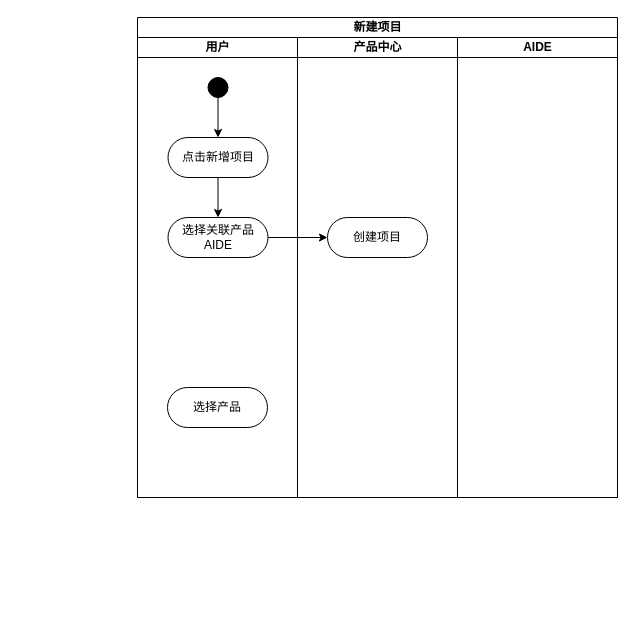
The draw.io diagram page "新建项目活动图" (3 of 3) of others/产品中心.drawio in Qunz/drawio, before the edit. Source tidied: cells renumbered, new cells numbered last; positions are measured from the earlier drawing's top-left corner, leaving out a move shared by most shapes. Both pictures are drawn from the tidied source at 100%, with x=0, y=0 at pixel (137, 17).
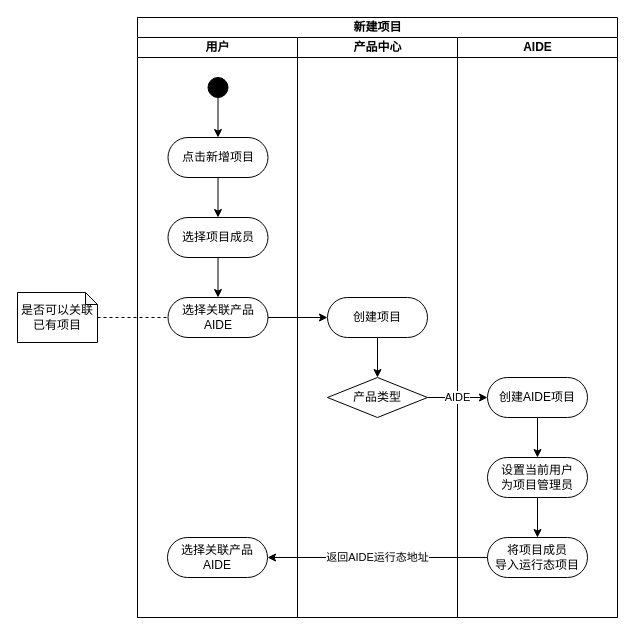
Above is the later version.

The edit, as a diff of the source:
```diff
@@
     <mxCell id="2" value="新建项目" style="swimlane;startSize=20;html=1;" parent="1" vertex="1">
-      <mxGeometry width="480" height="480" as="geometry" />
+      <mxGeometry width="480" height="600" as="geometry" />
     </mxCell>
     <mxCell id="3" value="用户" style="swimlane;startSize=20;html=1;" parent="2" vertex="1">
-      <mxGeometry y="20" width="160" height="460" as="geometry" />
+      <mxGeometry y="20" width="160" height="580" as="geometry" />
     </mxCell>
@@
+    <mxCell id="14" style="edgeStyle=orthogonalEdgeStyle;rounded=0;jettySize=auto;html=1;" parent="3" edge="1" source="8" target="15">
+      <mxGeometry relative="1" as="geometry" />
+    </mxCell>
-    <mxCell id="8" value="选择关联产品&lt;div&gt;AIDE&lt;/div&gt;" style="rounded=1;whiteSpace=wrap;html=1;arcSize=50;" parent="3" vertex="1">
+    <mxCell id="8" value="选择项目成员" style="rounded=1;whiteSpace=wrap;html=1;arcSize=50;" parent="3" vertex="1">
       <mxGeometry x="30.5" y="180" width="100" height="40" as="geometry" />
     </mxCell>
-    <mxCell id="9" value="选择产品" style="rounded=1;whiteSpace=wrap;html=1;arcSize=50;" parent="3" vertex="1">
-      <mxGeometry x="30" y="350" width="100" height="40" as="geometry" />
-    </mxCell>
+    <mxCell id="15" value="选择关联产品&lt;div&gt;AIDE&lt;/div&gt;" style="rounded=1;whiteSpace=wrap;html=1;arcSize=50;" parent="3" vertex="1">
+      <mxGeometry x="30.5" y="260" width="100" height="40" as="geometry" />
+    </mxCell>
+    <mxCell id="16" value="选择关联产品&lt;div&gt;AIDE&lt;/div&gt;" style="rounded=1;whiteSpace=wrap;html=1;arcSize=50;" parent="3" vertex="1">
+      <mxGeometry x="30" y="500" width="100" height="40" as="geometry" />
+    </mxCell>
     <mxCell id="10" value="产品中心" style="swimlane;startSize=20;html=1;" parent="2" vertex="1">
-      <mxGeometry x="160" y="20" width="160" height="460" as="geometry" />
+      <mxGeometry x="160" y="20" width="160" height="580" as="geometry" />
     </mxCell>
+    <mxCell id="17" style="edgeStyle=orthogonalEdgeStyle;rounded=0;jettySize=auto;html=1;" parent="10" edge="1" source="11" target="18">
+      <mxGeometry relative="1" as="geometry" />
+    </mxCell>
     <mxCell id="11" value="创建项目" style="rounded=1;whiteSpace=wrap;html=1;arcSize=50;" parent="10" vertex="1">
-      <mxGeometry x="30" y="180" width="100" height="40" as="geometry" />
+      <mxGeometry x="30" y="260" width="100" height="40" as="geometry" />
     </mxCell>
+    <mxCell id="18" value="产品类型" style="rhombus;whiteSpace=wrap;html=1;" parent="10" vertex="1">
+      <mxGeometry x="30" y="340" width="100" height="40" as="geometry" />
+    </mxCell>
     <mxCell id="12" value="AIDE" style="swimlane;startSize=20;html=1;" parent="2" vertex="1">
-      <mxGeometry x="320" y="20" width="160" height="460" as="geometry" />
+      <mxGeometry x="320" y="20" width="160" height="580" as="geometry" />
     </mxCell>
+    <mxCell id="19" style="edgeStyle=orthogonalEdgeStyle;rounded=0;jettySize=auto;html=1;" parent="12" edge="1" source="20" target="21">
+      <mxGeometry relative="1" as="geometry" />
+    </mxCell>
+    <mxCell id="20" value="创建AIDE项目" style="rounded=1;whiteSpace=wrap;html=1;arcSize=50;" parent="12" vertex="1">
+      <mxGeometry x="30" y="340" width="100" height="40" as="geometry" />
+    </mxCell>
+    <mxCell id="21" value="设置当前用户&lt;div&gt;为项目管理员&lt;/div&gt;" style="rounded=1;whiteSpace=wrap;html=1;arcSize=50;" parent="12" vertex="1">
+      <mxGeometry x="30" y="420" width="100" height="40" as="geometry" />
+    </mxCell>
+    <mxCell id="22" value="将项目成员&lt;br&gt;导入运行态项目" style="rounded=1;whiteSpace=wrap;html=1;arcSize=50;" parent="12" vertex="1">
+      <mxGeometry x="30" y="500" width="100" height="40" as="geometry" />
+    </mxCell>
+    <mxCell id="23" style="edgeStyle=orthogonalEdgeStyle;rounded=0;jettySize=auto;html=1;" parent="12" edge="1" source="21" target="22">
+      <mxGeometry relative="1" as="geometry" />
+    </mxCell>
-    <mxCell id="13" style="edgeStyle=orthogonalEdgeStyle;rounded=0;jettySize=auto;html=1;" parent="2" edge="1" source="8" target="11">
+    <mxCell id="13" style="edgeStyle=orthogonalEdgeStyle;rounded=0;jettySize=auto;html=1;" parent="2" edge="1" source="15" target="11">
       <mxGeometry relative="1" as="geometry" />
     </mxCell>
+    <mxCell id="24" value="AIDE" style="edgeStyle=orthogonalEdgeStyle;rounded=0;jettySize=auto;html=1;labelBackgroundColor=#FFFFFF;" parent="2" edge="1" source="18" target="20">
+      <mxGeometry relative="1" as="geometry" />
+    </mxCell>
+    <mxCell id="25" value="返回AIDE运行态地址" style="edgeStyle=orthogonalEdgeStyle;rounded=0;jettySize=auto;html=1;" parent="2" edge="1" source="22" target="16">
+      <mxGeometry relative="1" as="geometry" />
+    </mxCell>
+    <mxCell id="26" value="是否可以关联已有项目" style="shape=note;whiteSpace=wrap;html=1;backgroundOutline=1;darkOpacity=0.05;size=12;" parent="1" vertex="1">
+      <mxGeometry x="-120" y="275" width="80" height="50" as="geometry" />
+    </mxCell>
+    <mxCell id="27" style="rounded=0;jettySize=auto;html=1;dashed=1;endArrow=none;endFill=0;" parent="1" edge="1" source="26" target="15">
+      <mxGeometry relative="1" as="geometry" />
+    </mxCell>
```
